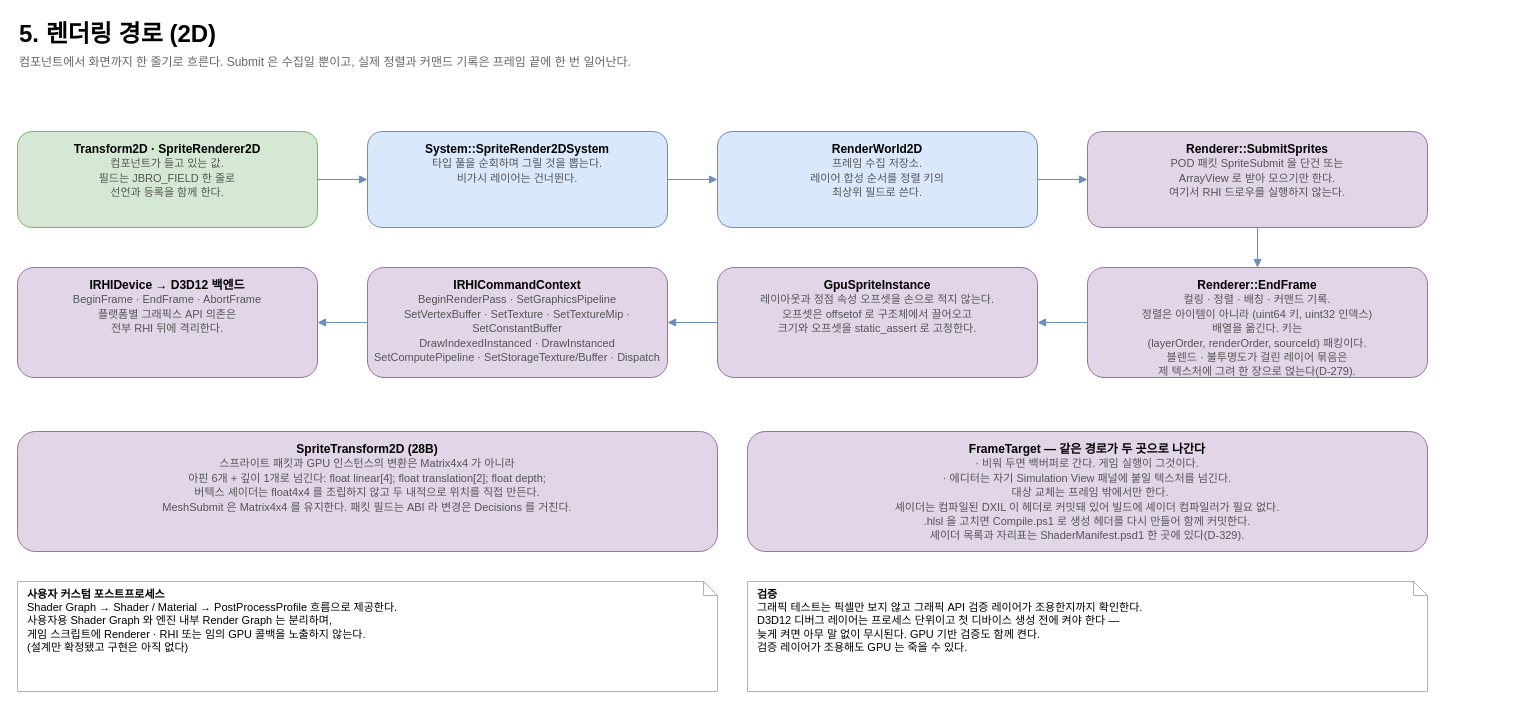
Earlier version of the draw.io diagram page "5. 렌더링 경로 (2D)" (5 of 6) of docs/JBroEngine.drawio.xml (taku7664/JBroEngine). Source tidied: cells renumbered, new cells numbered last; positions are measured from the earlier drawing's top-left corner, leaving out a move shared by most shapes. Both pictures are drawn from the tidied source at 100%, with x=0, y=0 at pixel (17, 17).
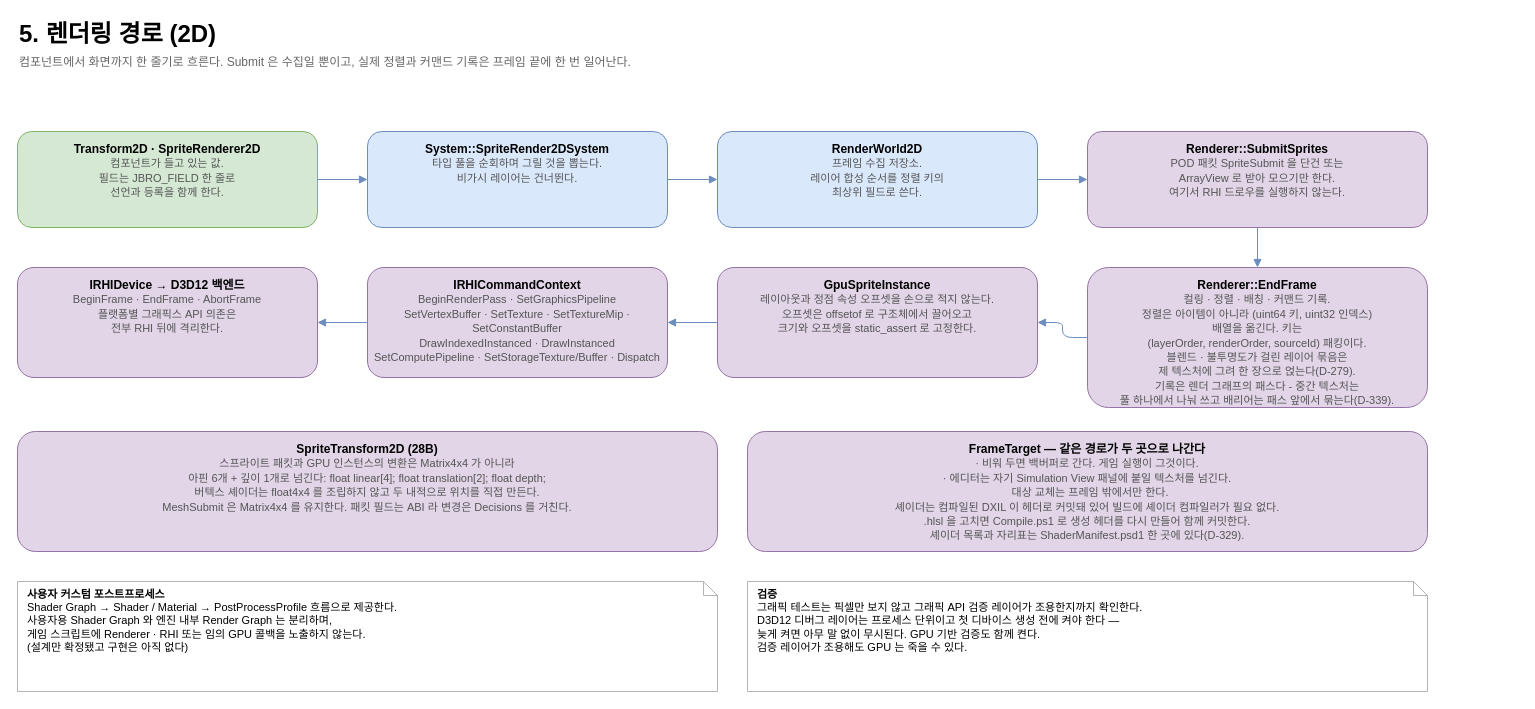
The same diagram, later.

Diff of the diagram source:
```diff
@@
-    <mxCell id="8" value="&lt;b&gt;Renderer::EndFrame&lt;/b&gt;&lt;br&gt;&lt;font color=&quot;#555555&quot; style=&quot;font-size:11px&quot;&gt;컬링 · 정렬 · 배칭 · 커맨드 기록.&lt;br&gt;정렬은 아이템이 아니라 (uint64 키, uint32 인덱스)&lt;br&gt;배열을 옮긴다. 키는&lt;br&gt;(layerOrder, renderOrder, sourceId) 패킹이다.&lt;br&gt;블렌드 · 불투명도가 걸린 레이어 묶음은&lt;br&gt;제 텍스처에 그려 한 장으로 얹는다(D-279).&lt;/font&gt;" style="rounded=1;whiteSpace=wrap;html=1;fontSize=12;verticalAlign=top;spacingTop=4;fillColor=#e1d5e7;strokeColor=#9673a6;" parent="1" vertex="1">
-      <mxGeometry x="1070" y="250" width="340" height="110" as="geometry" />
+    <mxCell id="8" value="&lt;b&gt;Renderer::EndFrame&lt;/b&gt;&lt;br&gt;&lt;font color=&quot;#555555&quot; style=&quot;font-size:11px&quot;&gt;컬링 · 정렬 · 배칭 · 커맨드 기록.&lt;br&gt;정렬은 아이템이 아니라 (uint64 키, uint32 인덱스)&lt;br&gt;배열을 옮긴다. 키는&lt;br&gt;(layerOrder, renderOrder, sourceId) 패킹이다.&lt;br&gt;블렌드 · 불투명도가 걸린 레이어 묶음은&lt;br&gt;제 텍스처에 그려 한 장으로 얹는다(D-279).&lt;br&gt;기록은 렌더 그래프의 패스다 - 중간 텍스처는&lt;br&gt;풀 하나에서 나눠 쓰고 배리어는 패스 앞에서 묶는다(D-339).&lt;/font&gt;" style="rounded=1;whiteSpace=wrap;html=1;fontSize=12;verticalAlign=top;spacingTop=4;fillColor=#e1d5e7;strokeColor=#9673a6;" parent="1" vertex="1">
+      <mxGeometry x="1070" y="250" width="340" height="140" as="geometry" />
     </mxCell>
```
